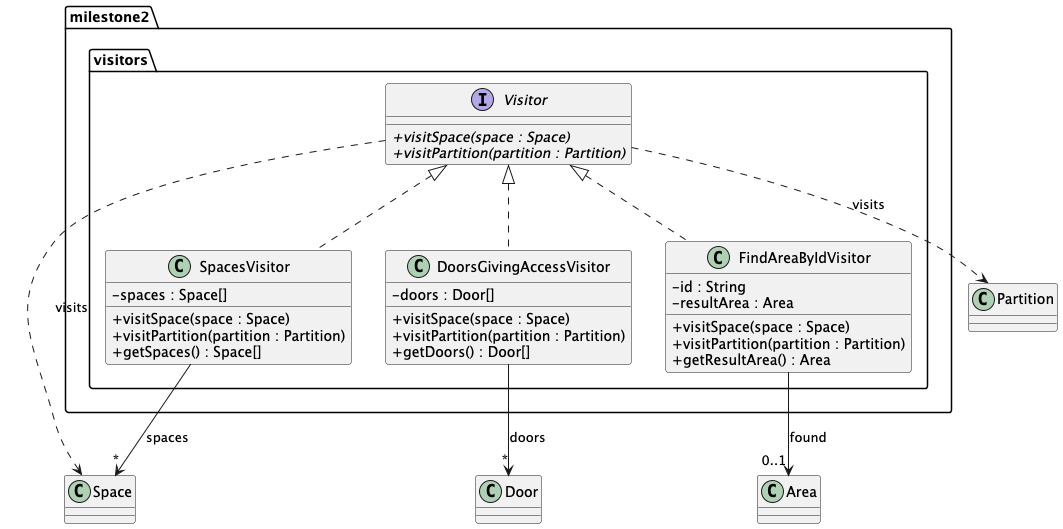
Above: src/milestone1/uml/package_visitors.png in NIU1747146/Practica-DS (PlantUML), before the change.
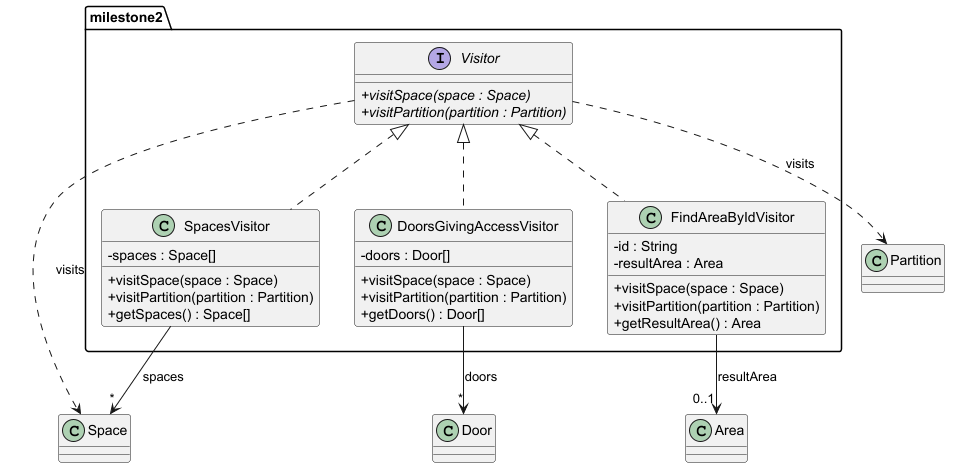
After the change.

What changed in the source:
```diff
@@ -1,7 +1,7 @@
 @startuml
 skinparam classAttributeIconSize 0
 
-package milestone2.visitors {
+package milestone2 {
   interface Visitor {
   + {abstract} visitSpace(space : Space)
   + {abstract} visitPartition(partition : Partition)
@@ -37,7 +37,7 @@
 
 Visitor ..> Space : visits
 Visitor ..> Partition : visits
-FindAreaByIdVisitor --> "0..1" Area : found
+FindAreaByIdVisitor --> "0..1" Area : resultArea
 DoorsGivingAccessVisitor --> "*" Door : doors
 SpacesVisitor --> "*" Space : spaces
 @enduml
```
